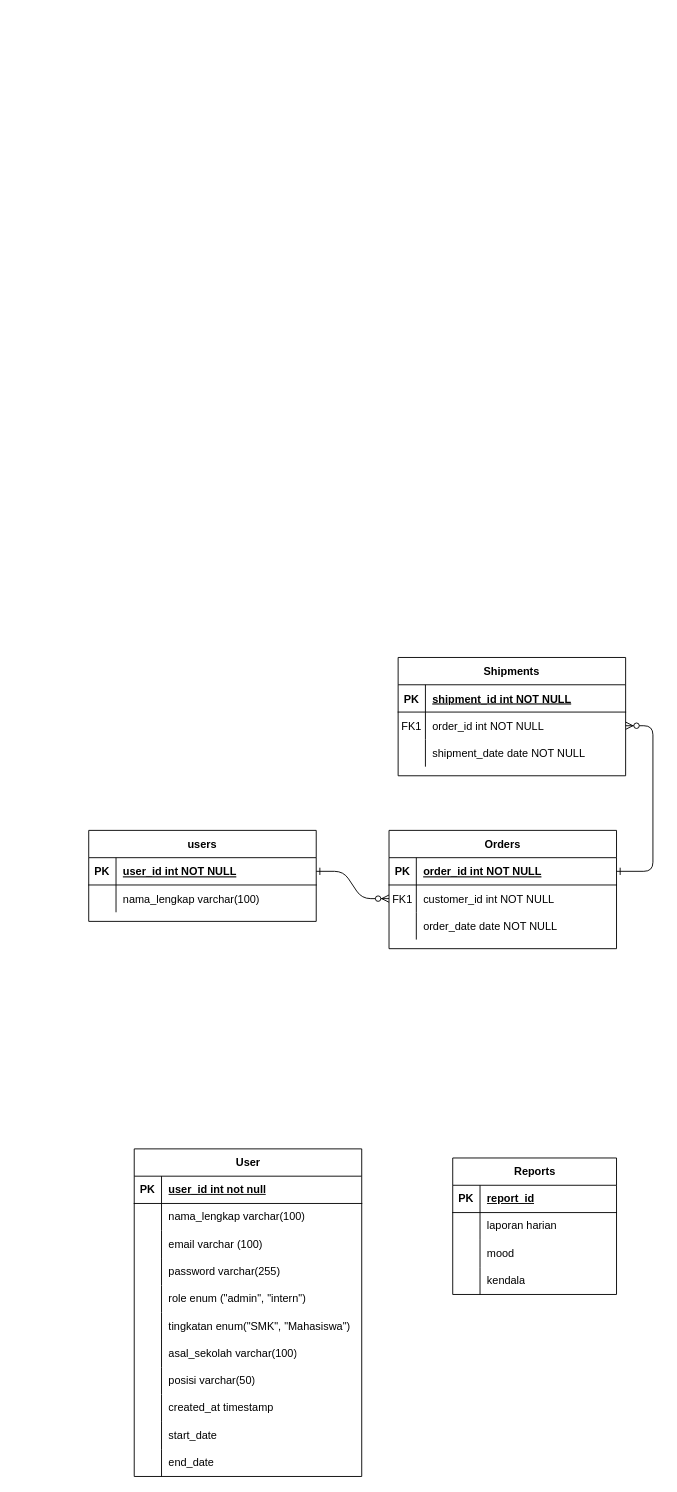
Above: ERD_MonitoringMagang.drawio in niflAkuy/MonitoringMagang (draw.io), before the change. Source tidied: cells renumbered, new cells numbered last; positions are measured from the earlier drawing's top-left corner, leaving out a move shared by most shapes. Both pictures are drawn from the tidied source at 91%, with x=0, y=0 at pixel (88, 657).
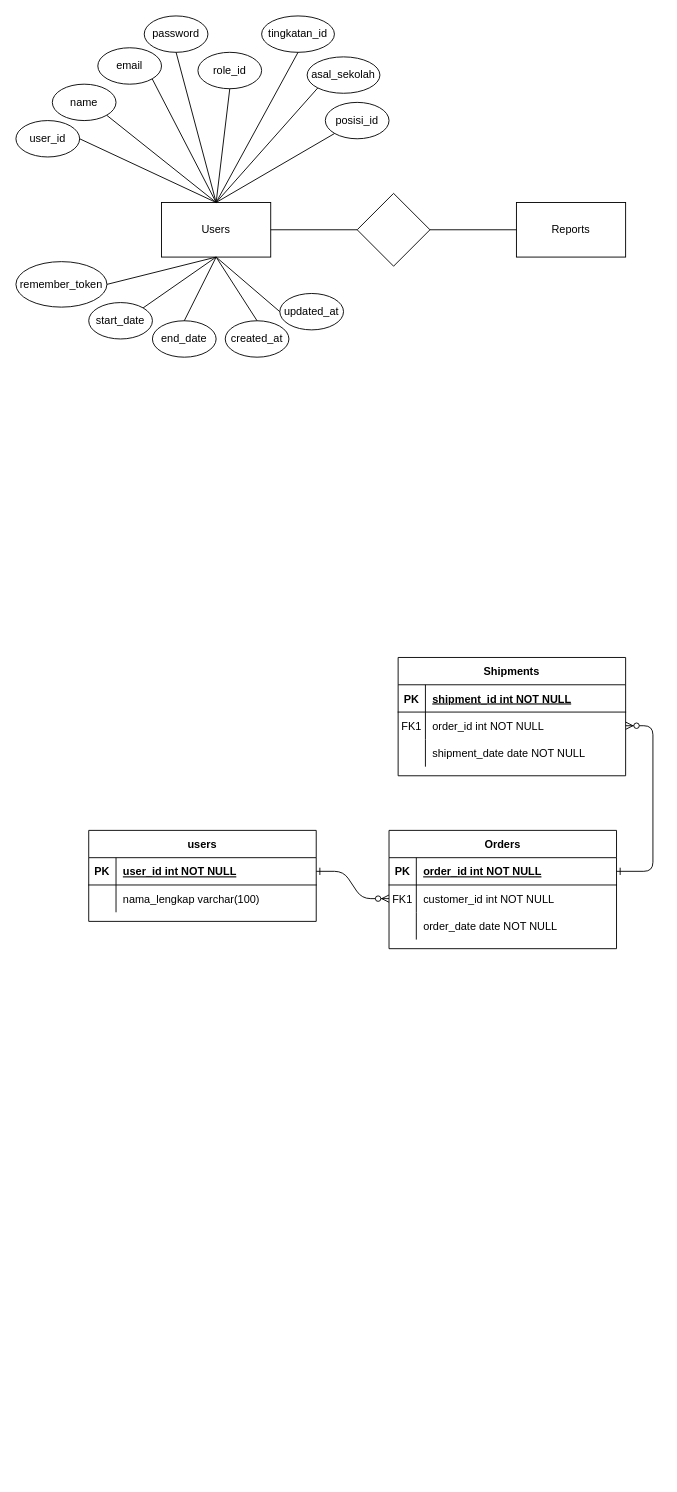
The same page after the edit.

What changed in the source:
```diff
@@
-    <mxCell id="31" value="User" style="shape=table;startSize=30;childLayout=tableLayout;rowLines=0;fontStyle=1;align=center;html=1;" parent="1" vertex="1">
-      <mxGeometry x="50" y="540" width="250" height="360" as="geometry" />
-    </mxCell>
-    <mxCell id="32" style="shape=tableRow;horizontal=0;startSize=0;swimlaneHead=0;swimlaneBody=0;fillColor=none;top=0;left=0;right=0;bottom=1;" parent="31" vertex="1">
-      <mxGeometry y="30" width="250" height="30" as="geometry" />
-    </mxCell>
-    <mxCell id="33" value="PK" style="shape=partialRectangle;fillColor=none;top=0;left=0;bottom=0;right=0;fontStyle=1;overflow=hidden;whiteSpace=wrap;html=1;" parent="32" vertex="1">
-      <mxGeometry width="30" height="30" as="geometry" />
-    </mxCell>
-    <mxCell id="34" value="user_id int not null" style="shape=partialRectangle;fillColor=none;top=0;left=0;bottom=0;right=0;align=left;spacingLeft=6;fontStyle=5;overflow=hidden;whiteSpace=wrap;html=1;" parent="32" vertex="1">
-      <mxGeometry x="30" width="220" height="30" as="geometry" />
-    </mxCell>
-    <mxCell id="35" style="shape=tableRow;horizontal=0;startSize=0;swimlaneHead=0;swimlaneBody=0;fillColor=none;top=0;left=0;right=0;bottom=0;" parent="31" vertex="1">
-      <mxGeometry y="60" width="250" height="30" as="geometry" />
-    </mxCell>
-    <mxCell id="36" style="shape=partialRectangle;fillColor=none;top=0;left=0;bottom=0;right=0;overflow=hidden;whiteSpace=wrap;html=1;" parent="35" vertex="1">
-      <mxGeometry width="30" height="30" as="geometry" />
-    </mxCell>
-    <mxCell id="37" value="&lt;span style=&quot;text-wrap-mode: nowrap;&quot;&gt;nama_lengkap varchar(100)&lt;/span&gt;" style="shape=partialRectangle;fillColor=none;top=0;left=0;bottom=0;right=0;align=left;spacingLeft=6;overflow=hidden;whiteSpace=wrap;html=1;" parent="35" vertex="1">
-      <mxGeometry x="30" width="220" height="30" as="geometry" />
-    </mxCell>
-    <mxCell id="38" style="shape=tableRow;horizontal=0;startSize=0;swimlaneHead=0;swimlaneBody=0;fillColor=none;top=0;left=0;right=0;bottom=0;" parent="31" vertex="1">
-      <mxGeometry y="90" width="250" height="30" as="geometry" />
-    </mxCell>
-    <mxCell id="39" style="shape=partialRectangle;fillColor=none;top=0;left=0;bottom=0;right=0;overflow=hidden;whiteSpace=wrap;html=1;" parent="38" vertex="1">
-      <mxGeometry width="30" height="30" as="geometry" />
-    </mxCell>
-    <mxCell id="40" value="email varchar (100)" style="shape=partialRectangle;fillColor=none;top=0;left=0;bottom=0;right=0;align=left;spacingLeft=6;overflow=hidden;whiteSpace=wrap;html=1;" parent="38" vertex="1">
-      <mxGeometry x="30" width="220" height="30" as="geometry" />
-    </mxCell>
-    <mxCell id="41" style="shape=tableRow;horizontal=0;startSize=0;swimlaneHead=0;swimlaneBody=0;fillColor=none;top=0;left=0;right=0;bottom=0;" parent="31" vertex="1">
-      <mxGeometry y="120" width="250" height="30" as="geometry" />
-    </mxCell>
-    <mxCell id="42" style="shape=partialRectangle;fillColor=none;top=0;left=0;bottom=0;right=0;overflow=hidden;whiteSpace=wrap;html=1;" parent="41" vertex="1">
-      <mxGeometry width="30" height="30" as="geometry" />
-    </mxCell>
-    <mxCell id="43" value="password varchar(255)" style="shape=partialRectangle;fillColor=none;top=0;left=0;bottom=0;right=0;align=left;spacingLeft=6;overflow=hidden;whiteSpace=wrap;html=1;" parent="41" vertex="1">
-      <mxGeometry x="30" width="220" height="30" as="geometry" />
-    </mxCell>
-    <mxCell id="44" style="shape=tableRow;horizontal=0;startSize=0;swimlaneHead=0;swimlaneBody=0;fillColor=none;top=0;left=0;right=0;bottom=0;" parent="31" vertex="1">
-      <mxGeometry y="150" width="250" height="30" as="geometry" />
-    </mxCell>
-    <mxCell id="45" style="shape=partialRectangle;fillColor=none;top=0;left=0;bottom=0;right=0;overflow=hidden;whiteSpace=wrap;html=1;" parent="44" vertex="1">
-      <mxGeometry width="30" height="30" as="geometry" />
-    </mxCell>
-    <mxCell id="46" value="role enum (&quot;admin&quot;, &quot;intern&quot;)" style="shape=partialRectangle;fillColor=none;top=0;left=0;bottom=0;right=0;align=left;spacingLeft=6;overflow=hidden;whiteSpace=wrap;html=1;" parent="44" vertex="1">
-      <mxGeometry x="30" width="220" height="30" as="geometry" />
-    </mxCell>
-    <mxCell id="47" style="shape=tableRow;horizontal=0;startSize=0;swimlaneHead=0;swimlaneBody=0;fillColor=none;top=0;left=0;right=0;bottom=0;" parent="31" vertex="1">
-      <mxGeometry y="180" width="250" height="30" as="geometry" />
-    </mxCell>
-    <mxCell id="48" style="shape=partialRectangle;fillColor=none;top=0;left=0;bottom=0;right=0;overflow=hidden;whiteSpace=wrap;html=1;" parent="47" vertex="1">
-      <mxGeometry width="30" height="30" as="geometry" />
-    </mxCell>
-    <mxCell id="49" value="tingkatan enum(&quot;SMK&quot;, &quot;Mahasiswa&quot;)" style="shape=partialRectangle;fillColor=none;top=0;left=0;bottom=0;right=0;align=left;spacingLeft=6;overflow=hidden;whiteSpace=wrap;html=1;" parent="47" vertex="1">
-      <mxGeometry x="30" width="220" height="30" as="geometry" />
-    </mxCell>
-    <mxCell id="50" style="shape=tableRow;horizontal=0;startSize=0;swimlaneHead=0;swimlaneBody=0;fillColor=none;top=0;left=0;right=0;bottom=0;" parent="31" vertex="1">
-      <mxGeometry y="210" width="250" height="30" as="geometry" />
-    </mxCell>
-    <mxCell id="51" style="shape=partialRectangle;fillColor=none;top=0;left=0;bottom=0;right=0;overflow=hidden;whiteSpace=wrap;html=1;" parent="50" vertex="1">
-      <mxGeometry width="30" height="30" as="geometry" />
-    </mxCell>
-    <mxCell id="52" value="asal_sekolah varchar(100)" style="shape=partialRectangle;fillColor=none;top=0;left=0;bottom=0;right=0;align=left;spacingLeft=6;overflow=hidden;whiteSpace=wrap;html=1;" parent="50" vertex="1">
-      <mxGeometry x="30" width="220" height="30" as="geometry" />
-    </mxCell>
-    <mxCell id="53" style="shape=tableRow;horizontal=0;startSize=0;swimlaneHead=0;swimlaneBody=0;fillColor=none;top=0;left=0;right=0;bottom=0;" parent="31" vertex="1">
-      <mxGeometry y="240" width="250" height="30" as="geometry" />
-    </mxCell>
-    <mxCell id="54" style="shape=partialRectangle;fillColor=none;top=0;left=0;bottom=0;right=0;overflow=hidden;whiteSpace=wrap;html=1;" parent="53" vertex="1">
-      <mxGeometry width="30" height="30" as="geometry" />
-    </mxCell>
-    <mxCell id="55" value="posisi varchar(50)" style="shape=partialRectangle;fillColor=none;top=0;left=0;bottom=0;right=0;align=left;spacingLeft=6;overflow=hidden;whiteSpace=wrap;html=1;" parent="53" vertex="1">
-      <mxGeometry x="30" width="220" height="30" as="geometry" />
-    </mxCell>
-    <mxCell id="56" style="shape=tableRow;horizontal=0;startSize=0;swimlaneHead=0;swimlaneBody=0;fillColor=none;top=0;left=0;right=0;bottom=0;" parent="31" vertex="1">
-      <mxGeometry y="270" width="250" height="30" as="geometry" />
-    </mxCell>
-    <mxCell id="57" style="shape=partialRectangle;fillColor=none;top=0;left=0;bottom=0;right=0;overflow=hidden;whiteSpace=wrap;html=1;" parent="56" vertex="1">
-      <mxGeometry width="30" height="30" as="geometry" />
-    </mxCell>
-    <mxCell id="58" value="created_at timestamp" style="shape=partialRectangle;fillColor=none;top=0;left=0;bottom=0;right=0;align=left;spacingLeft=6;overflow=hidden;whiteSpace=wrap;html=1;" parent="56" vertex="1">
-      <mxGeometry x="30" width="220" height="30" as="geometry" />
-    </mxCell>
-    <mxCell id="59" style="shape=tableRow;horizontal=0;startSize=0;swimlaneHead=0;swimlaneBody=0;fillColor=none;top=0;left=0;right=0;bottom=0;" parent="31" vertex="1">
-      <mxGeometry y="300" width="250" height="30" as="geometry" />
-    </mxCell>
-    <mxCell id="60" style="shape=partialRectangle;fillColor=none;top=0;left=0;bottom=0;right=0;overflow=hidden;whiteSpace=wrap;html=1;" parent="59" vertex="1">
-      <mxGeometry width="30" height="30" as="geometry" />
-    </mxCell>
+    <mxCell id="78" value="Users" style="rounded=0;whiteSpace=wrap;html=1;" parent="1" vertex="1">
+      <mxGeometry x="80" y="-500" width="120" height="60" as="geometry" />
+    </mxCell>
+    <mxCell id="79" value="user_id" style="ellipse;whiteSpace=wrap;html=1;" parent="1" vertex="1">
+      <mxGeometry x="-80" y="-590" width="70" height="40" as="geometry" />
+    </mxCell>
+    <mxCell id="80" style="rhombus;whiteSpace=wrap;html=1;" parent="1" vertex="1">
+      <mxGeometry x="295" y="-510" width="80" height="80" as="geometry" />
+    </mxCell>
+    <mxCell id="65" value="Reports" style="rounded=0;whiteSpace=wrap;html=1;" parent="1" vertex="1">
+      <mxGeometry x="470" y="-500" width="120" height="60" as="geometry" />
+    </mxCell>
+    <mxCell id="81" value="name" style="ellipse;whiteSpace=wrap;html=1;" parent="1" vertex="1">
+      <mxGeometry x="-40" y="-630" width="70" height="40" as="geometry" />
+    </mxCell>
+    <mxCell id="82" value="email" style="ellipse;whiteSpace=wrap;html=1;" parent="1" vertex="1">
+      <mxGeometry x="10" y="-670" width="70" height="40" as="geometry" />
+    </mxCell>
+    <mxCell id="83" value="password" style="ellipse;whiteSpace=wrap;html=1;" parent="1" vertex="1">
+      <mxGeometry x="61" y="-705" width="70" height="40" as="geometry" />
+    </mxCell>
+    <mxCell id="84" value="role_id" style="ellipse;whiteSpace=wrap;html=1;" parent="1" vertex="1">
+      <mxGeometry x="120" y="-665" width="70" height="40" as="geometry" />
+    </mxCell>
+    <mxCell id="85" value="tingkatan_id" style="ellipse;whiteSpace=wrap;html=1;" parent="1" vertex="1">
+      <mxGeometry x="190" y="-705" width="80" height="40" as="geometry" />
+    </mxCell>
+    <mxCell id="86" value="asal_sekolah" style="ellipse;whiteSpace=wrap;html=1;" parent="1" vertex="1">
+      <mxGeometry x="240" y="-660" width="80" height="40" as="geometry" />
+    </mxCell>
+    <mxCell id="87" value="posisi_id" style="ellipse;whiteSpace=wrap;html=1;" parent="1" vertex="1">
+      <mxGeometry x="260" y="-610" width="70" height="40" as="geometry" />
+    </mxCell>
+    <mxCell id="88" value="remember_token" style="ellipse;whiteSpace=wrap;html=1;" parent="1" vertex="1">
+      <mxGeometry x="-80" y="-435" width="100" height="50" as="geometry" />
+    </mxCell>
-    <mxCell id="61" value="start_date&amp;nbsp;" style="shape=partialRectangle;fillColor=none;top=0;left=0;bottom=0;right=0;align=left;spacingLeft=6;overflow=hidden;whiteSpace=wrap;html=1;" parent="59" vertex="1">
-      <mxGeometry x="30" width="220" height="30" as="geometry" />
+    <mxCell id="61" value="start_date" style="ellipse;whiteSpace=wrap;html=1;" parent="1" vertex="1">
+      <mxGeometry y="-390" width="70" height="40" as="geometry" />
     </mxCell>
-    <mxCell id="62" style="shape=tableRow;horizontal=0;startSize=0;swimlaneHead=0;swimlaneBody=0;fillColor=none;top=0;left=0;right=0;bottom=0;" parent="31" vertex="1">
-      <mxGeometry y="330" width="250" height="30" as="geometry" />
-    </mxCell>
-    <mxCell id="63" style="shape=partialRectangle;fillColor=none;top=0;left=0;bottom=0;right=0;overflow=hidden;whiteSpace=wrap;html=1;" parent="62" vertex="1">
-      <mxGeometry width="30" height="30" as="geometry" />
-    </mxCell>
-    <mxCell id="64" value="end_date" style="shape=partialRectangle;fillColor=none;top=0;left=0;bottom=0;right=0;align=left;spacingLeft=6;overflow=hidden;whiteSpace=wrap;html=1;" parent="62" vertex="1">
-      <mxGeometry x="30" width="220" height="30" as="geometry" />
+    <mxCell id="64" value="end_date" style="ellipse;whiteSpace=wrap;html=1;" parent="1" vertex="1">
+      <mxGeometry x="70" y="-370" width="70" height="40" as="geometry" />
     </mxCell>
-    <mxCell id="65" value="Reports" style="shape=table;startSize=30;childLayout=tableLayout;rowLines=0;fontStyle=1;align=center;html=1;" parent="1" vertex="1">
-      <mxGeometry x="400" y="550" width="180" height="150" as="geometry" />
-    </mxCell>
-    <mxCell id="66" style="shape=tableRow;horizontal=0;startSize=0;swimlaneHead=0;swimlaneBody=0;fillColor=none;top=0;left=0;right=0;bottom=1;" parent="65" vertex="1">
-      <mxGeometry y="30" width="180" height="30" as="geometry" />
-    </mxCell>
-    <mxCell id="67" value="PK" style="shape=partialRectangle;fillColor=none;top=0;left=0;bottom=0;right=0;fontStyle=1;overflow=hidden;whiteSpace=wrap;html=1;" parent="66" vertex="1">
-      <mxGeometry width="30" height="30" as="geometry" />
-    </mxCell>
-    <mxCell id="68" value="report_id" style="shape=partialRectangle;fillColor=none;top=0;left=0;bottom=0;right=0;align=left;spacingLeft=6;fontStyle=5;overflow=hidden;whiteSpace=wrap;html=1;" parent="66" vertex="1">
-      <mxGeometry x="30" width="150" height="30" as="geometry" />
-    </mxCell>
-    <mxCell id="69" style="shape=tableRow;horizontal=0;startSize=0;swimlaneHead=0;swimlaneBody=0;fillColor=none;top=0;left=0;right=0;bottom=0;" parent="65" vertex="1">
-      <mxGeometry y="60" width="180" height="30" as="geometry" />
-    </mxCell>
-    <mxCell id="70" style="shape=partialRectangle;fillColor=none;top=0;left=0;bottom=0;right=0;overflow=hidden;whiteSpace=wrap;html=1;" parent="69" vertex="1">
-      <mxGeometry width="30" height="30" as="geometry" />
-    </mxCell>
-    <mxCell id="71" value="laporan harian" style="shape=partialRectangle;fillColor=none;top=0;left=0;bottom=0;right=0;align=left;spacingLeft=6;overflow=hidden;whiteSpace=wrap;html=1;" parent="69" vertex="1">
-      <mxGeometry x="30" width="150" height="30" as="geometry" />
-    </mxCell>
-    <mxCell id="72" style="shape=tableRow;horizontal=0;startSize=0;swimlaneHead=0;swimlaneBody=0;fillColor=none;top=0;left=0;right=0;bottom=0;" parent="65" vertex="1">
-      <mxGeometry y="90" width="180" height="30" as="geometry" />
-    </mxCell>
-    <mxCell id="73" style="shape=partialRectangle;fillColor=none;top=0;left=0;bottom=0;right=0;overflow=hidden;whiteSpace=wrap;html=1;" parent="72" vertex="1">
-      <mxGeometry width="30" height="30" as="geometry" />
-    </mxCell>
-    <mxCell id="74" value="mood" style="shape=partialRectangle;fillColor=none;top=0;left=0;bottom=0;right=0;align=left;spacingLeft=6;overflow=hidden;whiteSpace=wrap;html=1;" parent="72" vertex="1">
-      <mxGeometry x="30" width="150" height="30" as="geometry" />
-    </mxCell>
-    <mxCell id="75" style="shape=tableRow;horizontal=0;startSize=0;swimlaneHead=0;swimlaneBody=0;fillColor=none;top=0;left=0;right=0;bottom=0;" parent="65" vertex="1">
-      <mxGeometry y="120" width="180" height="30" as="geometry" />
-    </mxCell>
-    <mxCell id="76" style="shape=partialRectangle;fillColor=none;top=0;left=0;bottom=0;right=0;overflow=hidden;whiteSpace=wrap;html=1;" parent="75" vertex="1">
-      <mxGeometry width="30" height="30" as="geometry" />
-    </mxCell>
-    <mxCell id="77" value="kendala" style="shape=partialRectangle;fillColor=none;top=0;left=0;bottom=0;right=0;align=left;spacingLeft=6;overflow=hidden;whiteSpace=wrap;html=1;" parent="75" vertex="1">
-      <mxGeometry x="30" width="150" height="30" as="geometry" />
-    </mxCell>
+    <mxCell id="89" value="created_at" style="ellipse;whiteSpace=wrap;html=1;" parent="1" vertex="1">
+      <mxGeometry x="150" y="-370" width="70" height="40" as="geometry" />
+    </mxCell>
+    <mxCell id="90" value="updated_at" style="ellipse;whiteSpace=wrap;html=1;" parent="1" vertex="1">
+      <mxGeometry x="210" y="-400" width="70" height="40" as="geometry" />
+    </mxCell>
+    <mxCell id="91" style="endArrow=none;html=1;rounded=0;exitX=1;exitY=0.5;exitDx=0;exitDy=0;entryX=0.5;entryY=0;entryDx=0;entryDy=0;" parent="1" edge="1" source="79" target="78">
+      <mxGeometry relative="1" as="geometry" />
+    </mxCell>
+    <mxCell id="92" style="endArrow=none;html=1;rounded=0;exitX=1;exitY=1;exitDx=0;exitDy=0;entryX=0.5;entryY=0;entryDx=0;entryDy=0;" parent="1" edge="1" source="81" target="78">
+      <mxGeometry relative="1" as="geometry" />
+    </mxCell>
+    <mxCell id="93" style="endArrow=none;html=1;rounded=0;entryX=1;entryY=1;entryDx=0;entryDy=0;exitX=0.5;exitY=0;exitDx=0;exitDy=0;" parent="1" edge="1" source="78" target="82">
+      <mxGeometry relative="1" as="geometry" />
+    </mxCell>
+    <mxCell id="94" style="endArrow=none;html=1;rounded=0;entryX=0.5;entryY=1;entryDx=0;entryDy=0;exitX=0.5;exitY=0;exitDx=0;exitDy=0;" parent="1" edge="1" source="78" target="83">
+      <mxGeometry relative="1" as="geometry" />
+    </mxCell>
+    <mxCell id="95" style="endArrow=none;html=1;rounded=0;entryX=0.5;entryY=1;entryDx=0;entryDy=0;exitX=0.5;exitY=0;exitDx=0;exitDy=0;" parent="1" edge="1" source="78" target="84">
+      <mxGeometry relative="1" as="geometry" />
+    </mxCell>
+    <mxCell id="96" style="endArrow=none;html=1;rounded=0;entryX=0.5;entryY=1;entryDx=0;entryDy=0;exitX=0.5;exitY=0;exitDx=0;exitDy=0;" parent="1" edge="1" source="78" target="85">
+      <mxGeometry relative="1" as="geometry" />
+    </mxCell>
+    <mxCell id="97" style="endArrow=none;html=1;rounded=0;entryX=0;entryY=1;entryDx=0;entryDy=0;exitX=0.5;exitY=0;exitDx=0;exitDy=0;" parent="1" edge="1" source="78" target="86">
+      <mxGeometry relative="1" as="geometry" />
+    </mxCell>
+    <mxCell id="98" style="endArrow=none;html=1;rounded=0;entryX=0;entryY=1;entryDx=0;entryDy=0;exitX=0.5;exitY=0;exitDx=0;exitDy=0;" parent="1" edge="1" source="78" target="87">
+      <mxGeometry relative="1" as="geometry" />
+    </mxCell>
+    <mxCell id="99" style="endArrow=none;html=1;rounded=0;entryX=0;entryY=0.5;entryDx=0;entryDy=0;exitX=0.5;exitY=1;exitDx=0;exitDy=0;" parent="1" edge="1" source="78" target="90">
+      <mxGeometry relative="1" as="geometry" />
+    </mxCell>
+    <mxCell id="100" style="endArrow=none;html=1;rounded=0;exitX=0.5;exitY=0;exitDx=0;exitDy=0;entryX=0.5;entryY=1;entryDx=0;entryDy=0;" parent="1" edge="1" source="89" target="78">
+      <mxGeometry relative="1" as="geometry" />
+    </mxCell>
+    <mxCell id="101" style="endArrow=none;html=1;rounded=0;exitX=0.5;exitY=0;exitDx=0;exitDy=0;entryX=0.5;entryY=1;entryDx=0;entryDy=0;" parent="1" edge="1" source="64" target="78">
+      <mxGeometry relative="1" as="geometry" />
+    </mxCell>
+    <mxCell id="102" style="endArrow=none;html=1;rounded=0;exitX=1;exitY=0;exitDx=0;exitDy=0;entryX=0.5;entryY=1;entryDx=0;entryDy=0;" parent="1" edge="1" source="61" target="78">
+      <mxGeometry relative="1" as="geometry" />
+    </mxCell>
+    <mxCell id="103" style="endArrow=none;html=1;rounded=0;exitX=1;exitY=0.5;exitDx=0;exitDy=0;entryX=0.5;entryY=1;entryDx=0;entryDy=0;" parent="1" edge="1" source="88" target="78">
+      <mxGeometry relative="1" as="geometry" />
+    </mxCell>
+    <mxCell id="104" style="endArrow=none;html=1;rounded=0;exitX=1;exitY=0.5;exitDx=0;exitDy=0;entryX=0;entryY=0.5;entryDx=0;entryDy=0;" parent="1" edge="1" source="78" target="80">
+      <mxGeometry relative="1" as="geometry" />
+    </mxCell>
+    <mxCell id="105" style="endArrow=none;html=1;rounded=0;exitX=1;exitY=0.5;exitDx=0;exitDy=0;entryX=0;entryY=0.5;entryDx=0;entryDy=0;" parent="1" edge="1" source="80" target="65">
+      <mxGeometry relative="1" as="geometry" />
+    </mxCell>
```
